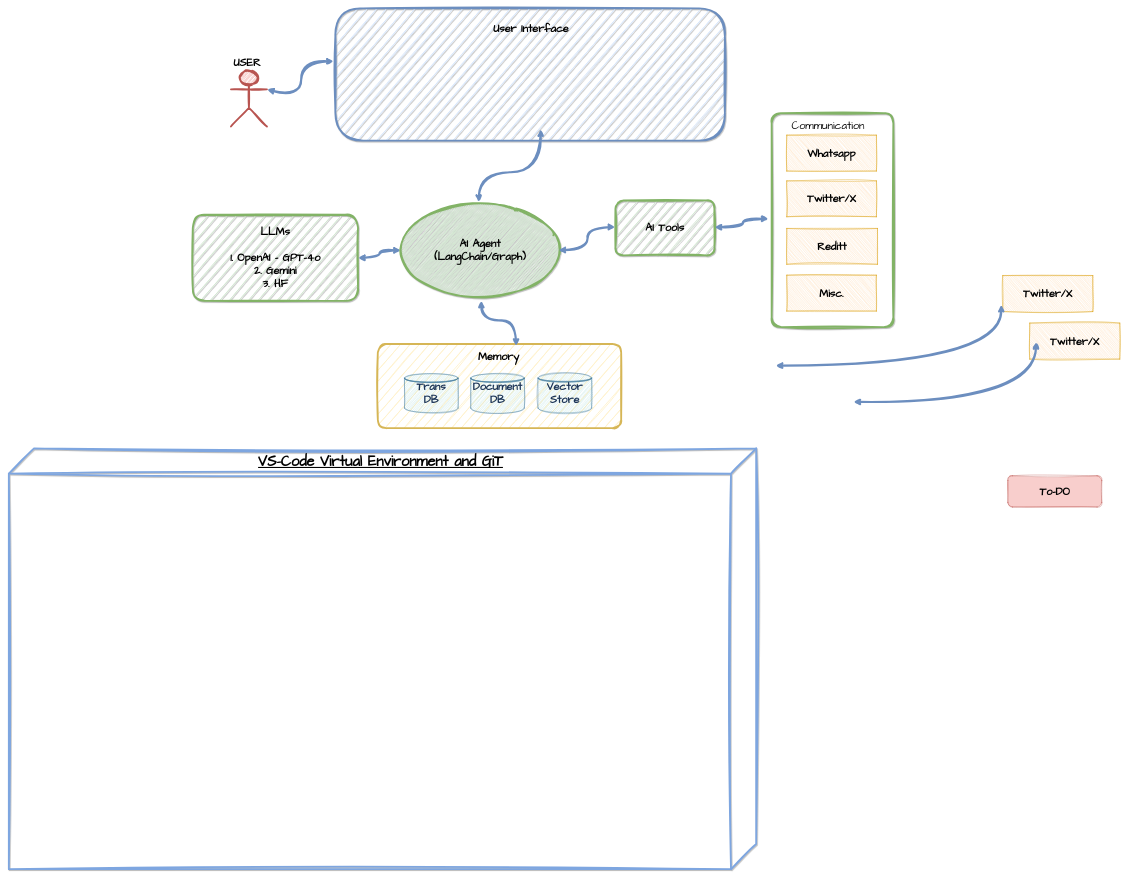
Above: Untitled Diagram.drawio in anjali52deb/draw-io (draw.io), before the change. Source tidied: cells renumbered, new cells numbered last; positions are measured from the earlier drawing's top-left corner, leaving out a move shared by most shapes. Both pictures are drawn from the tidied source at 36%, with x=0, y=0 at pixel (9, 8).
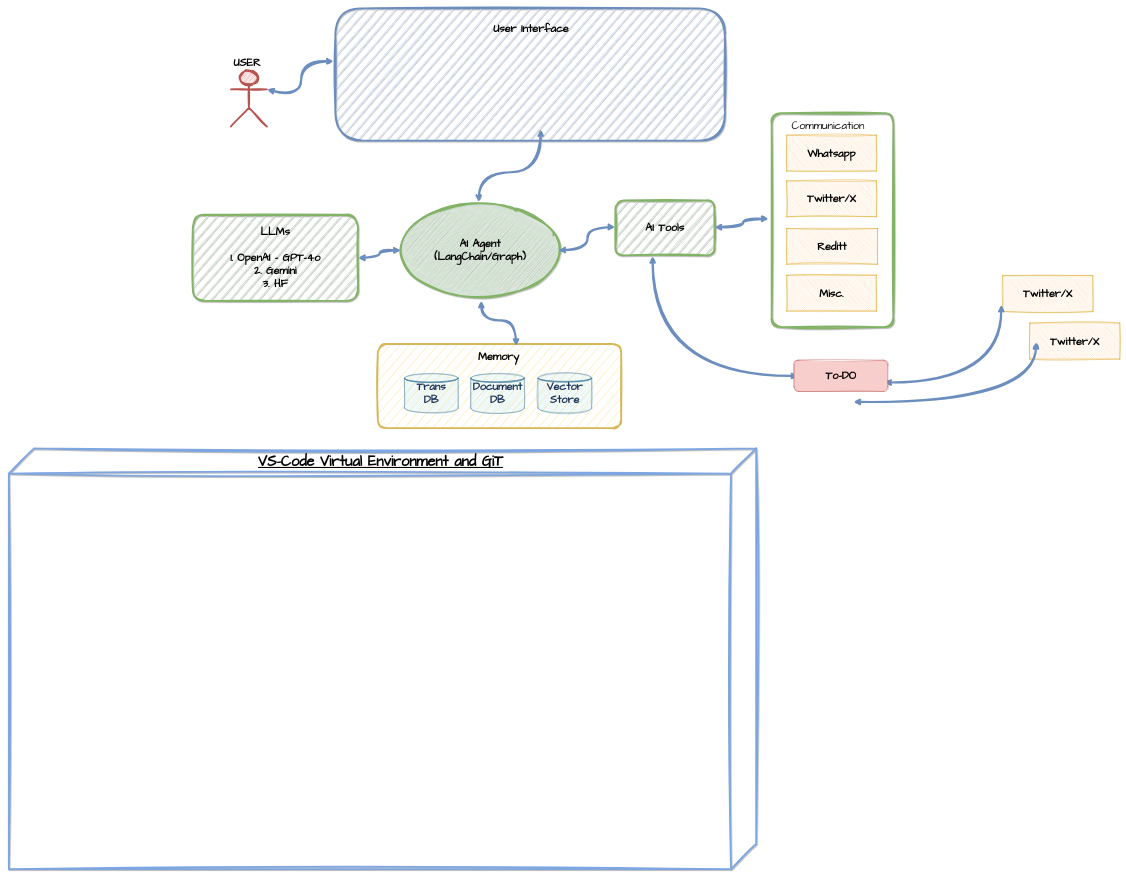
The same page after the edit.

The change refers to these unchanged cells:
```xml
<mxCell id="7" value="&lt;b&gt;&lt;font&gt;Twitter/X&lt;/font&gt;&lt;/b&gt;" style="whiteSpace=wrap;html=1;rounded=0;arcSize=50;align=center;verticalAlign=middle;strokeWidth=1;spacing=4;newEdgeStyle={&quot;edgeStyle&quot;:&quot;entityRelationEdgeStyle&quot;,&quot;startArrow&quot;:&quot;none&quot;,&quot;endArrow&quot;:&quot;none&quot;,&quot;segment&quot;:10,&quot;curved&quot;:1,&quot;sourcePerimeterSpacing&quot;:0,&quot;targetPerimeterSpacing&quot;:0};hachureGap=4;fontFamily=Comic Sans MS;fillColor=#FFCE9F;strokeColor=#d79b00;shadow=0;flipV=1;fontSize=30;sketch=1;curveFitting=1;jiggle=2;" parent="1" vertex="1">
  <mxGeometry x="2761" y="742" width="250" height="100" as="geometry" />
</mxCell>
<mxCell id="27" value="&lt;font&gt;AI Tools&lt;/font&gt;" style="text;html=1;align=center;verticalAlign=middle;whiteSpace=wrap;rounded=1;fontFamily=Comic Sans MS;fontSize=30;fontStyle=1;fillColor=#d5e8d4;strokeColor=#82b366;fillStyle=auto;shadow=1;labelBackgroundColor=none;strokeWidth=5;sketch=1;curveFitting=1;jiggle=2;imageAspect=1;snapToPoint=0;fixDash=0;movableLabel=0;sketchStyle=rough;arcSize=15;" parent="1" vertex="1">
  <mxGeometry x="1685" y="533" width="275" height="153" as="geometry" />
</mxCell>
```

What changed in the source:
```diff
@@
-    <mxCell id="4" value="To-DO" style="text;html=1;align=center;verticalAlign=middle;whiteSpace=wrap;rounded=1;fontFamily=Comic Sans MS;fontSize=30;fontStyle=1;fillColor=#f8cecc;strokeColor=#b85450;fillStyle=solid;shadow=0;labelBackgroundColor=none;sketch=1;curveFitting=1;jiggle=2;glass=0;" parent="1" vertex="1">
-      <mxGeometry x="2775" y="1298" width="261" height="87" as="geometry" />
-    </mxCell>
@@
-    <mxCell id="8" style="endArrow=classic;startArrow=classic;endFill=1;startFill=1;html=1;rounded=0;sketch=1;hachureGap=4;jiggle=2;curveFitting=1;fontFamily=Comic Sans MS;strokeWidth=6;fillColor=#dae8fc;strokeColor=#6c8ebf;flowAnimation=0;snapToPoint=1;arcSize=50;backgroundOutline=1;sketchStyle=rough;edgeStyle=orthogonalEdgeStyle;curved=1;exitX=0.961;exitY=0.713;exitDx=0;exitDy=0;exitPerimeter=0;entryX=-0.017;entryY=0.194;entryDx=0;entryDy=0;entryPerimeter=0;fontSize=30;" parent="1" edge="1" target="7">
-      <mxGeometry relative="1" as="geometry">
-        <mxPoint x="2130" y="992" as="sourcePoint" />
-      </mxGeometry>
+    <mxCell id="8" style="endArrow=classic;startArrow=classic;endFill=1;startFill=1;html=1;rounded=0;sketch=1;hachureGap=4;jiggle=2;curveFitting=1;fontFamily=Comic Sans MS;strokeWidth=6;fillColor=#dae8fc;strokeColor=#6c8ebf;flowAnimation=0;snapToPoint=1;arcSize=50;backgroundOutline=1;sketchStyle=rough;edgeStyle=orthogonalEdgeStyle;curved=1;exitX=0.961;exitY=0.713;exitDx=0;exitDy=0;exitPerimeter=0;entryX=-0.017;entryY=0.194;entryDx=0;entryDy=0;entryPerimeter=0;fontSize=30;" parent="1" edge="1" source="4" target="7">
+      <mxGeometry relative="1" as="geometry" />
     </mxCell>
@@
+    <mxCell id="36" style="endArrow=classic;startArrow=classic;endFill=1;startFill=1;html=1;rounded=0;sketch=1;hachureGap=4;jiggle=2;curveFitting=1;fontFamily=Comic Sans MS;strokeWidth=6;fillColor=#dae8fc;strokeColor=#6c8ebf;flowAnimation=0;snapToPoint=1;arcSize=50;backgroundOutline=1;sketchStyle=rough;edgeStyle=orthogonalEdgeStyle;curved=1;exitX=0.047;exitY=0.503;exitDx=0;exitDy=0;exitPerimeter=0;entryX=0.376;entryY=1.009;entryDx=0;entryDy=0;entryPerimeter=0;fontSize=30;" parent="1" edge="1" source="4" target="27">
+      <mxGeometry relative="1" as="geometry" />
+    </mxCell>
+    <mxCell id="4" value="To-DO" style="text;html=1;align=center;verticalAlign=middle;whiteSpace=wrap;rounded=1;fontFamily=Comic Sans MS;fontSize=30;fontStyle=1;fillColor=#f8cecc;strokeColor=#b85450;fillStyle=solid;shadow=0;labelBackgroundColor=none;sketch=1;curveFitting=1;jiggle=2;glass=0;" parent="1" vertex="1">
+      <mxGeometry x="2181" y="977" width="261" height="87" as="geometry" />
+    </mxCell>
```
